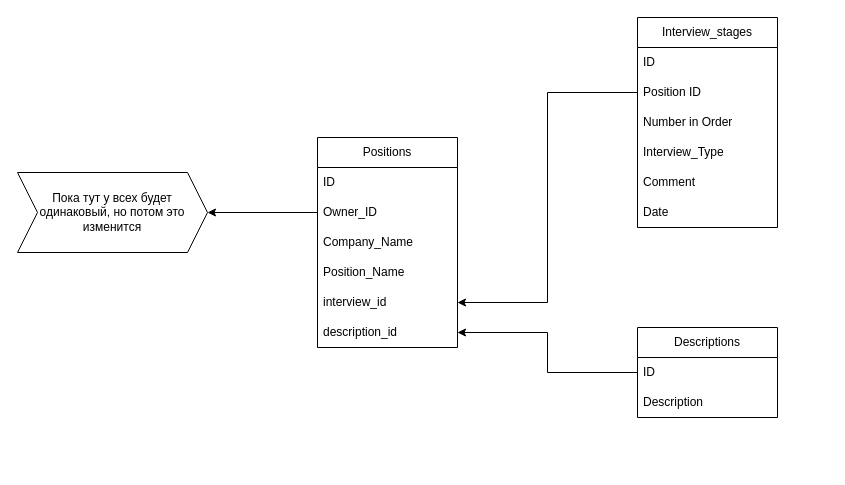
Before: db_interview_helper.drawio in DimaVarek/exercises, a draw.io diagram. Source tidied: cells renumbered, new cells numbered last; positions are measured from the earlier drawing's top-left corner, leaving out a move shared by most shapes. Both pictures are drawn from the tidied source at 100%, with x=0, y=0 at pixel (17, 17).
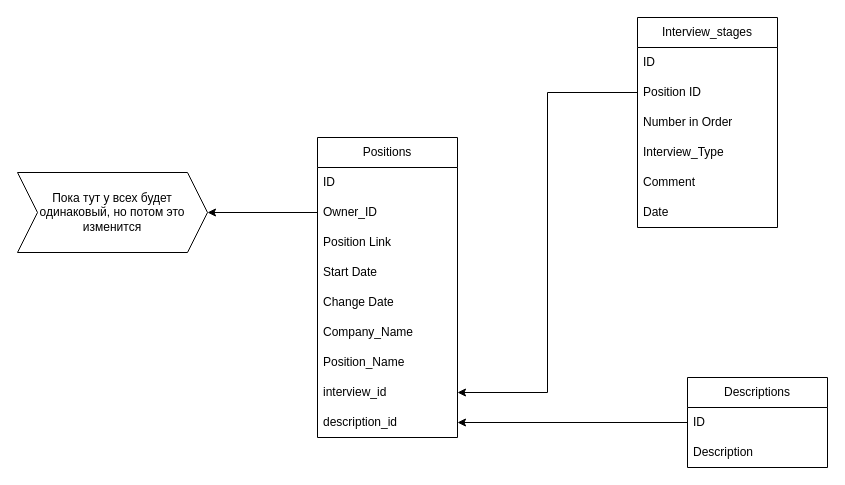
After the change.

Change to the diagram source:
```diff
@@
     <mxCell id="2" value="Positions" style="swimlane;fontStyle=0;horizontal=1;startSize=30;whiteSpace=wrap;html=1;" parent="1" vertex="1">
-      <mxGeometry x="300" y="120" width="140" height="210" as="geometry" />
+      <mxGeometry x="300" y="120" width="140" height="300" as="geometry" />
     </mxCell>
@@
+    <mxCell id="23" value="Position Link" style="text;strokeColor=none;fillColor=none;align=left;verticalAlign=middle;spacingLeft=4;spacingRight=4;overflow=hidden;whiteSpace=wrap;html=1;" parent="2" vertex="1">
+      <mxGeometry y="90" width="140" height="30" as="geometry" />
+    </mxCell>
+    <mxCell id="24" value="Start Date" style="text;strokeColor=none;fillColor=none;align=left;verticalAlign=middle;spacingLeft=4;spacingRight=4;overflow=hidden;whiteSpace=wrap;html=1;" parent="2" vertex="1">
+      <mxGeometry y="120" width="140" height="30" as="geometry" />
+    </mxCell>
+    <mxCell id="25" value="Change Date" style="text;strokeColor=none;fillColor=none;align=left;verticalAlign=middle;spacingLeft=4;spacingRight=4;overflow=hidden;whiteSpace=wrap;html=1;" parent="2" vertex="1">
+      <mxGeometry y="150" width="140" height="30" as="geometry" />
+    </mxCell>
     <mxCell id="5" value="Company_Name" style="text;strokeColor=none;fillColor=none;align=left;verticalAlign=middle;spacingLeft=4;spacingRight=4;overflow=hidden;whiteSpace=wrap;html=1;" parent="2" vertex="1">
-      <mxGeometry y="90" width="140" height="30" as="geometry" />
+      <mxGeometry y="180" width="140" height="30" as="geometry" />
     </mxCell>
     <mxCell id="6" value="Position_Name" style="text;strokeColor=none;fillColor=none;align=left;verticalAlign=middle;spacingLeft=4;spacingRight=4;overflow=hidden;whiteSpace=wrap;html=1;" parent="2" vertex="1">
-      <mxGeometry y="120" width="140" height="30" as="geometry" />
+      <mxGeometry y="210" width="140" height="30" as="geometry" />
     </mxCell>
     <mxCell id="7" value="interview_id" style="text;strokeColor=none;fillColor=none;align=left;verticalAlign=middle;spacingLeft=4;spacingRight=4;overflow=hidden;points=[[0,0.5],[1,0.5]];portConstraint=eastwest;whiteSpace=wrap;html=1;" parent="2" vertex="1">
-      <mxGeometry y="150" width="140" height="30" as="geometry" />
+      <mxGeometry y="240" width="140" height="30" as="geometry" />
     </mxCell>
     <mxCell id="8" value="description_id" style="text;strokeColor=none;fillColor=none;align=left;verticalAlign=middle;spacingLeft=4;spacingRight=4;overflow=hidden;points=[[0,0.5],[1,0.5]];portConstraint=eastwest;whiteSpace=wrap;html=1;" parent="2" vertex="1">
-      <mxGeometry y="180" width="140" height="30" as="geometry" />
+      <mxGeometry y="270" width="140" height="30" as="geometry" />
     </mxCell>
@@
     <mxCell id="19" value="Descriptions" style="swimlane;fontStyle=0;horizontal=1;startSize=30;whiteSpace=wrap;html=1;" parent="1" vertex="1">
-      <mxGeometry x="620" y="310" width="140" height="90" as="geometry" />
+      <mxGeometry x="670" y="360" width="140" height="90" as="geometry" />
     </mxCell>
```
